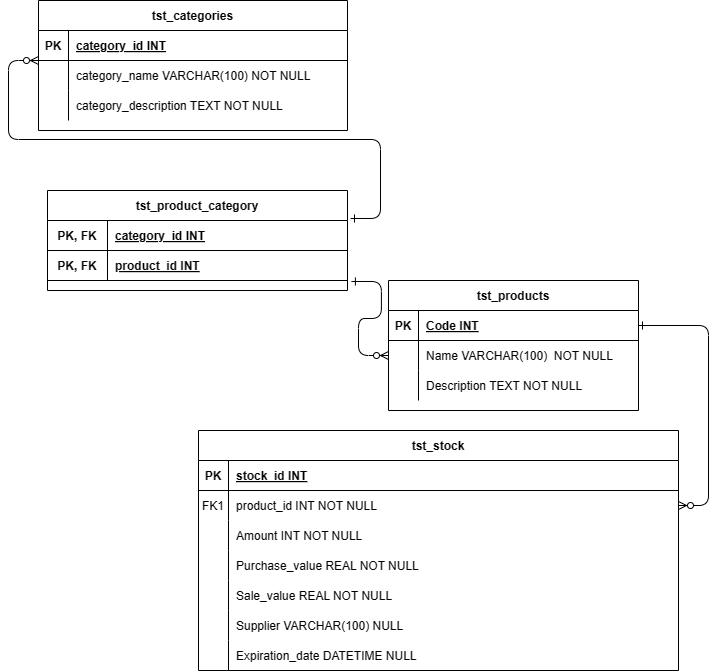
Before: DER.drawio.png, a diagram exported from draw.io (SrSpratt/Desafio.API_camadas). Source tidied: cells renumbered, new cells last; positions are measured from the earlier drawing's top-left corner, leaving out a move shared by most shapes. Source of this version:
```xml
<mxGraphModel>
  <root>
    <mxCell id="0" />
    <mxCell id="1" parent="0" />
    <mxCell id="2" style="edgeStyle=entityRelationEdgeStyle;endArrow=ERzeroToMany;startArrow=ERone;endFill=1;startFill=0;exitX=1.013;exitY=1.033;exitDx=0;exitDy=0;exitPerimeter=0;" parent="1" edge="1" source="51" target="8">
      <mxGeometry relative="1" as="geometry">
        <Array as="points">
          <mxPoint x="360" y="310" />
          <mxPoint x="300" y="120" />
          <mxPoint x="370" y="220" />
        </Array>
      </mxGeometry>
    </mxCell>
    <mxCell id="3" style="edgeStyle=entityRelationEdgeStyle;endArrow=ERzeroToMany;startArrow=ERone;endFill=1;startFill=0;" parent="1" edge="1" source="5" target="18">
      <mxGeometry relative="1" as="geometry" />
    </mxCell>
    <mxCell id="4" value="tst_products" style="shape=table;startSize=30;rowLines=0;fontStyle=1;align=center;" parent="1" vertex="1">
      <mxGeometry x="350" y="280" width="250" height="130" as="geometry" />
    </mxCell>
    <mxCell id="5" style="shape=partialRectangle;fillColor=none;points=[[0,0.5],[1,0.5]];portConstraint=eastwest;top=0;left=0;right=0;bottom=1;" parent="4" vertex="1">
      <mxGeometry y="30" width="250" height="30" as="geometry" />
    </mxCell>
    <mxCell id="6" value="PK" style="shape=partialRectangle;overflow=hidden;fillColor=none;top=0;left=0;bottom=0;right=0;fontStyle=1;" parent="5" vertex="1">
      <mxGeometry width="30" height="30" as="geometry" />
    </mxCell>
    <mxCell id="7" value="Code INT" style="shape=partialRectangle;overflow=hidden;fillColor=none;top=0;left=0;bottom=0;right=0;align=left;spacingLeft=6;fontStyle=5;" parent="5" vertex="1">
      <mxGeometry x="30" width="220" height="30" as="geometry" />
    </mxCell>
    <mxCell id="8" style="shape=partialRectangle;fillColor=none;points=[[0,0.5],[1,0.5]];portConstraint=eastwest;top=0;left=0;right=0;bottom=0;" parent="4" vertex="1">
      <mxGeometry y="60" width="250" height="30" as="geometry" />
    </mxCell>
    <mxCell id="9" style="shape=partialRectangle;overflow=hidden;fillColor=none;top=0;left=0;bottom=0;right=0;" parent="8" vertex="1">
      <mxGeometry width="30" height="30" as="geometry" />
    </mxCell>
    <mxCell id="10" value="Name VARCHAR(100)  NOT NULL" style="shape=partialRectangle;overflow=hidden;fillColor=none;top=0;left=0;bottom=0;right=0;align=left;spacingLeft=6;" parent="8" vertex="1">
      <mxGeometry x="30" width="220" height="30" as="geometry" />
    </mxCell>
    <mxCell id="11" style="shape=partialRectangle;fillColor=none;top=0;left=0;right=0;bottom=0;" parent="4" vertex="1">
      <mxGeometry y="90" width="250" height="30" as="geometry" />
    </mxCell>
    <mxCell id="12" style="shape=partialRectangle;overflow=hidden;fillColor=none;top=0;left=0;bottom=0;right=0;" parent="11" vertex="1">
      <mxGeometry width="30" height="30" as="geometry" />
    </mxCell>
    <mxCell id="13" value="Description TEXT NOT NULL" style="shape=partialRectangle;overflow=hidden;fillColor=none;top=0;left=0;bottom=0;right=0;align=left;spacingLeft=6;" parent="11" vertex="1">
      <mxGeometry x="30" width="220" height="30" as="geometry" />
    </mxCell>
    <mxCell id="14" value="tst_stock" style="shape=table;startSize=30;rowLines=0;fontStyle=1;align=center;" parent="1" vertex="1">
      <mxGeometry x="160" y="430" width="480" height="240" as="geometry" />
    </mxCell>
    <mxCell id="15" style="shape=partialRectangle;fillColor=none;top=0;left=0;right=0;bottom=1;" parent="14" vertex="1">
      <mxGeometry y="30" width="480" height="30" as="geometry" />
    </mxCell>
    <mxCell id="16" value="PK" style="shape=partialRectangle;overflow=hidden;fillColor=none;top=0;left=0;bottom=0;right=0;fontStyle=1;" parent="15" vertex="1">
      <mxGeometry width="30" height="30" as="geometry" />
    </mxCell>
    <mxCell id="17" value="stock_id INT" style="shape=partialRectangle;overflow=hidden;fillColor=none;top=0;left=0;bottom=0;right=0;align=left;spacingLeft=6;fontStyle=5;" parent="15" vertex="1">
      <mxGeometry x="30" width="450" height="30" as="geometry" />
    </mxCell>
    <mxCell id="18" style="shape=partialRectangle;fillColor=none;points=[[0,0.5],[1,0.5]];portConstraint=eastwest;top=0;left=0;right=0;bottom=0;" parent="14" vertex="1">
      <mxGeometry y="60" width="480" height="30" as="geometry" />
    </mxCell>
    <mxCell id="19" value="FK1" style="shape=partialRectangle;overflow=hidden;fillColor=none;top=0;left=0;bottom=0;right=0;" parent="18" vertex="1">
      <mxGeometry width="30" height="30" as="geometry" />
    </mxCell>
    <mxCell id="20" value="product_id INT NOT NULL" style="shape=partialRectangle;overflow=hidden;fillColor=none;top=0;left=0;bottom=0;right=0;align=left;spacingLeft=6;" parent="18" vertex="1">
      <mxGeometry x="30" width="450" height="30" as="geometry" />
    </mxCell>
    <mxCell id="21" style="shape=partialRectangle;fillColor=none;top=0;left=0;right=0;bottom=0;" parent="14" vertex="1">
      <mxGeometry y="90" width="480" height="30" as="geometry" />
    </mxCell>
    <mxCell id="22" style="shape=partialRectangle;overflow=hidden;fillColor=none;top=0;left=0;bottom=0;right=0;" parent="21" vertex="1">
      <mxGeometry width="30" height="30" as="geometry" />
    </mxCell>
    <mxCell id="23" value="Amount INT NOT NULL" style="shape=partialRectangle;overflow=hidden;fillColor=none;top=0;left=0;bottom=0;right=0;align=left;spacingLeft=6;" parent="21" vertex="1">
      <mxGeometry x="30" width="450" height="30" as="geometry" />
    </mxCell>
    <mxCell id="24" style="shape=partialRectangle;fillColor=none;top=0;left=0;right=0;bottom=0;" parent="14" vertex="1">
      <mxGeometry y="120" width="480" height="30" as="geometry" />
    </mxCell>
    <mxCell id="25" style="shape=partialRectangle;overflow=hidden;fillColor=none;top=0;left=0;bottom=0;right=0;" parent="24" vertex="1">
      <mxGeometry width="30" height="30" as="geometry" />
    </mxCell>
    <mxCell id="26" value="Purchase_value REAL NOT NULL" style="shape=partialRectangle;overflow=hidden;fillColor=none;top=0;left=0;bottom=0;right=0;align=left;spacingLeft=6;" parent="24" vertex="1">
      <mxGeometry x="30" width="450" height="30" as="geometry" />
    </mxCell>
    <mxCell id="27" style="shape=partialRectangle;fillColor=none;top=0;left=0;right=0;bottom=0;" parent="14" vertex="1">
      <mxGeometry y="150" width="480" height="30" as="geometry" />
    </mxCell>
    <mxCell id="28" style="shape=partialRectangle;overflow=hidden;fillColor=none;top=0;left=0;bottom=0;right=0;" parent="27" vertex="1">
      <mxGeometry width="30" height="30" as="geometry" />
    </mxCell>
    <mxCell id="29" value="Sale_value REAL NOT NULL" style="shape=partialRectangle;overflow=hidden;fillColor=none;top=0;left=0;bottom=0;right=0;align=left;spacingLeft=6;" parent="27" vertex="1">
      <mxGeometry x="30" width="450" height="30" as="geometry" />
    </mxCell>
    <mxCell id="30" style="shape=partialRectangle;fillColor=none;top=0;left=0;right=0;bottom=0;" parent="14" vertex="1">
      <mxGeometry y="180" width="480" height="30" as="geometry" />
    </mxCell>
    <mxCell id="31" style="shape=partialRectangle;overflow=hidden;fillColor=none;top=0;left=0;bottom=0;right=0;" parent="30" vertex="1">
      <mxGeometry width="30" height="30" as="geometry" />
    </mxCell>
    <mxCell id="32" value="Supplier VARCHAR(100) NULL" style="shape=partialRectangle;overflow=hidden;fillColor=none;top=0;left=0;bottom=0;right=0;align=left;spacingLeft=6;" parent="30" vertex="1">
      <mxGeometry x="30" width="450" height="30" as="geometry" />
    </mxCell>
    <mxCell id="33" style="shape=partialRectangle;fillColor=none;top=0;left=0;right=0;bottom=0;" parent="14" vertex="1">
      <mxGeometry y="210" width="480" height="30" as="geometry" />
    </mxCell>
    <mxCell id="34" style="shape=partialRectangle;overflow=hidden;fillColor=none;top=0;left=0;bottom=0;right=0;" parent="33" vertex="1">
      <mxGeometry width="30" height="30" as="geometry" />
    </mxCell>
    <mxCell id="35" value="Expiration_date DATETIME NULL" style="shape=partialRectangle;overflow=hidden;fillColor=none;top=0;left=0;bottom=0;right=0;align=left;spacingLeft=6;" parent="33" vertex="1">
      <mxGeometry x="30" width="450" height="30" as="geometry" />
    </mxCell>
    <mxCell id="36" value="tst_categories" style="shape=table;startSize=30;rowLines=0;fontStyle=1;align=center;" parent="1" vertex="1">
      <mxGeometry width="309" height="130" as="geometry" />
    </mxCell>
    <mxCell id="37" style="shape=partialRectangle;fillColor=none;top=0;left=0;right=0;bottom=1;" parent="36" vertex="1">
      <mxGeometry y="30" width="309" height="30" as="geometry" />
    </mxCell>
    <mxCell id="38" value="PK" style="shape=partialRectangle;overflow=hidden;fillColor=none;top=0;left=0;bottom=0;right=0;fontStyle=1;" parent="37" vertex="1">
      <mxGeometry width="30" height="30" as="geometry" />
    </mxCell>
    <mxCell id="39" value="category_id INT" style="shape=partialRectangle;overflow=hidden;fillColor=none;top=0;left=0;bottom=0;right=0;align=left;spacingLeft=6;fontStyle=5;" parent="37" vertex="1">
      <mxGeometry x="30" width="279" height="30" as="geometry" />
    </mxCell>
    <mxCell id="40" style="shape=partialRectangle;fillColor=none;top=0;left=0;right=0;bottom=0;" parent="36" vertex="1">
      <mxGeometry y="60" width="309" height="30" as="geometry" />
    </mxCell>
    <mxCell id="41" style="shape=partialRectangle;overflow=hidden;fillColor=none;top=0;left=0;bottom=0;right=0;" parent="40" vertex="1">
      <mxGeometry width="30" height="30" as="geometry" />
    </mxCell>
    <mxCell id="42" value="category_name VARCHAR(100) NOT NULL" style="shape=partialRectangle;overflow=hidden;fillColor=none;top=0;left=0;bottom=0;right=0;align=left;spacingLeft=6;" parent="40" vertex="1">
      <mxGeometry x="30" width="279" height="30" as="geometry" />
    </mxCell>
    <mxCell id="43" style="shape=partialRectangle;fillColor=none;top=0;left=0;right=0;bottom=0;" parent="36" vertex="1">
      <mxGeometry y="90" width="309" height="30" as="geometry" />
    </mxCell>
    <mxCell id="44" style="shape=partialRectangle;overflow=hidden;fillColor=none;top=0;left=0;bottom=0;right=0;" parent="43" vertex="1">
      <mxGeometry width="30" height="30" as="geometry" />
    </mxCell>
    <mxCell id="45" value="category_description TEXT NOT NULL" style="shape=partialRectangle;overflow=hidden;fillColor=none;top=0;left=0;bottom=0;right=0;align=left;spacingLeft=6;" parent="43" vertex="1">
      <mxGeometry x="30" width="279" height="30" as="geometry" />
    </mxCell>
    <mxCell id="46" style="edgeStyle=entityRelationEdgeStyle;endArrow=ERzeroToMany;startArrow=ERone;endFill=1;startFill=0;exitX=1.01;exitY=-0.067;exitDx=0;exitDy=0;exitPerimeter=0;" parent="1" edge="1" source="48">
      <mxGeometry relative="1" as="geometry">
        <mxPoint y="60" as="targetPoint" />
        <Array as="points">
          <mxPoint x="410" y="310" />
          <mxPoint x="390" y="300" />
          <mxPoint x="320" y="360" />
          <mxPoint x="290" y="378" />
          <mxPoint x="280" y="335" />
          <mxPoint x="280" y="280" />
          <mxPoint x="290" y="280" />
        </Array>
      </mxGeometry>
    </mxCell>
    <mxCell id="47" value="tst_product_category" style="shape=table;startSize=30;rowLines=0;fontStyle=1;align=center;" parent="1" vertex="1">
      <mxGeometry x="9" y="190" width="300" height="100" as="geometry" />
    </mxCell>
    <mxCell id="48" style="shape=partialRectangle;fillColor=none;points=[[0,0.5],[1,0.5]];portConstraint=eastwest;top=0;left=0;right=0;bottom=1;" parent="47" vertex="1">
      <mxGeometry y="30" width="300" height="30" as="geometry" />
    </mxCell>
    <mxCell id="49" value="PK, FK" style="shape=partialRectangle;overflow=hidden;fillColor=none;top=0;left=0;bottom=0;right=0;fontStyle=1;" parent="48" vertex="1">
      <mxGeometry width="60" height="30" as="geometry" />
    </mxCell>
    <mxCell id="50" value="category_id INT" style="shape=partialRectangle;overflow=hidden;fillColor=none;top=0;left=0;bottom=0;right=0;align=left;spacingLeft=6;fontStyle=5;" parent="48" vertex="1">
      <mxGeometry x="60" width="240" height="30" as="geometry" />
    </mxCell>
    <mxCell id="51" style="shape=partialRectangle;fillColor=none;points=[[0,0.5],[1,0.5]];portConstraint=eastwest;top=0;left=0;right=0;bottom=1;" parent="47" vertex="1">
      <mxGeometry y="60" width="300" height="30" as="geometry" />
    </mxCell>
    <mxCell id="52" value="PK, FK" style="shape=partialRectangle;overflow=hidden;fillColor=none;top=0;left=0;bottom=0;right=0;fontStyle=1;" parent="51" vertex="1">
      <mxGeometry width="60" height="30" as="geometry" />
    </mxCell>
    <mxCell id="53" value="product_id INT" style="shape=partialRectangle;overflow=hidden;fillColor=none;top=0;left=0;bottom=0;right=0;align=left;spacingLeft=6;fontStyle=5;" parent="51" vertex="1">
      <mxGeometry x="60" width="240" height="30" as="geometry" />
    </mxCell>
  </root>
</mxGraphModel>
```
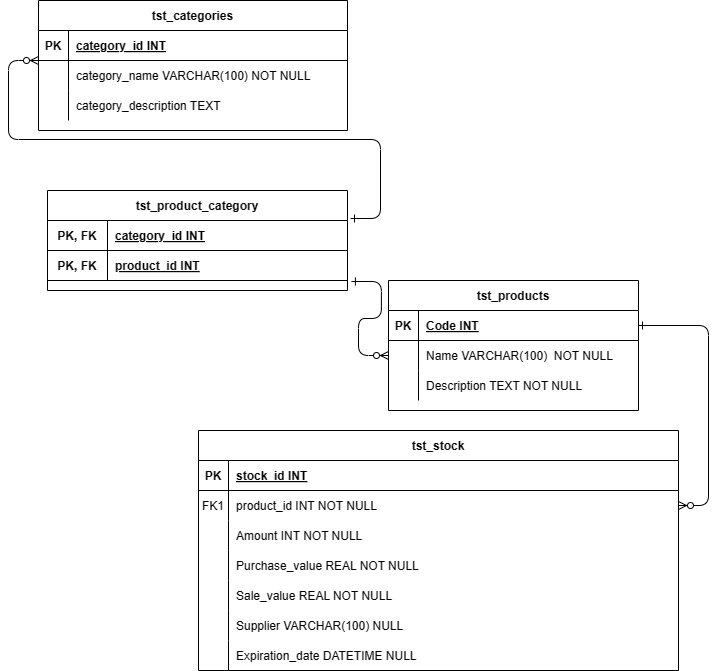
The same diagram one commit later.

The edit, as a diff of the source:
```diff
@@ -137,7 +137,7 @@
     <mxCell id="44" style="shape=partialRectangle;overflow=hidden;fillColor=none;top=0;left=0;bottom=0;right=0;" parent="43" vertex="1">
       <mxGeometry width="30" height="30" as="geometry" />
     </mxCell>
-    <mxCell id="45" value="category_description TEXT NOT NULL" style="shape=partialRectangle;overflow=hidden;fillColor=none;top=0;left=0;bottom=0;right=0;align=left;spacingLeft=6;" parent="43" vertex="1">
+    <mxCell id="45" value="category_description TEXT" style="shape=partialRectangle;overflow=hidden;fillColor=none;top=0;left=0;bottom=0;right=0;align=left;spacingLeft=6;" parent="43" vertex="1">
       <mxGeometry x="30" width="279" height="30" as="geometry" />
     </mxCell>
     <mxCell id="46" style="edgeStyle=entityRelationEdgeStyle;endArrow=ERzeroToMany;startArrow=ERone;endFill=1;startFill=0;exitX=1.01;exitY=-0.067;exitDx=0;exitDy=0;exitPerimeter=0;" parent="1" edge="1" source="48">
```
